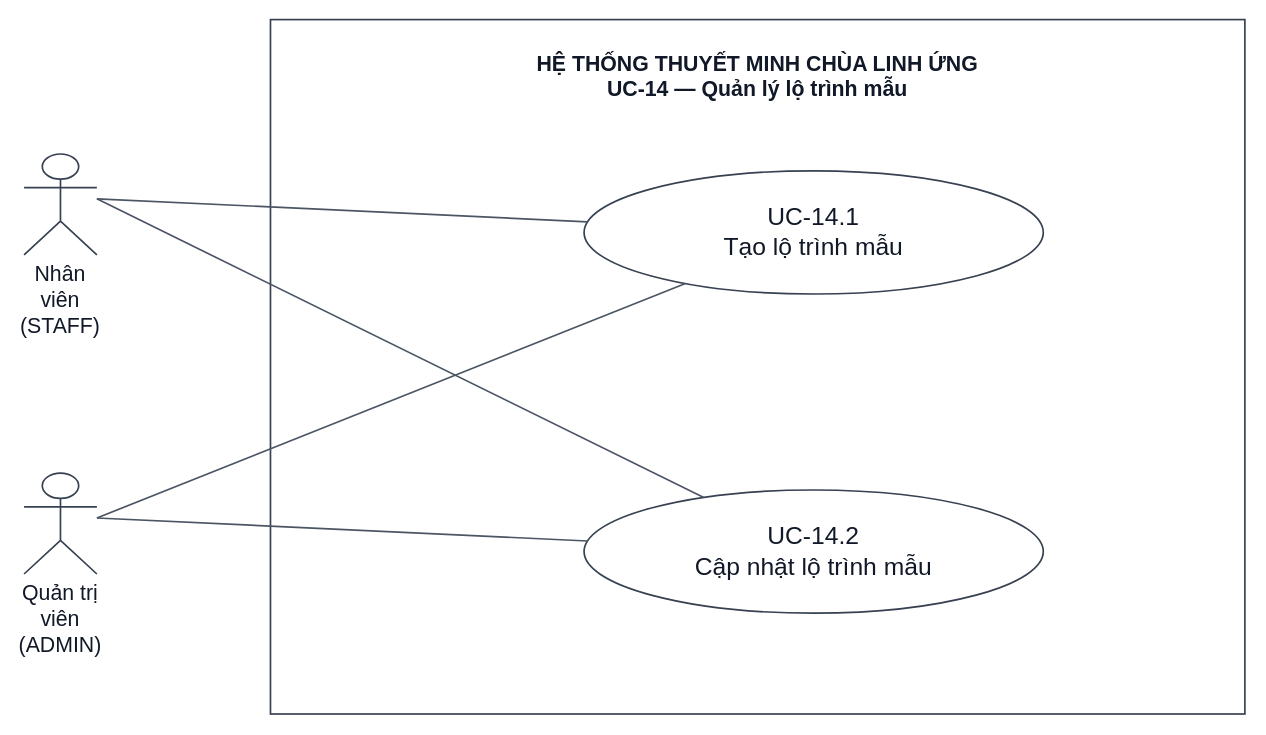
Kazuken123/prj_sgu26_cnpm keeps this draw.io diagram as docs/diagram/use case/UC-14_Use-Case.drawio. Above is the earlier version. Source tidied: cells renumbered, new cells numbered last; positions are measured from the earlier drawing's top-left corner, leaving out a move shared by most shapes. Both pictures are drawn from the tidied source at 112%, with x=0, y=0 at pixel (24, 19).
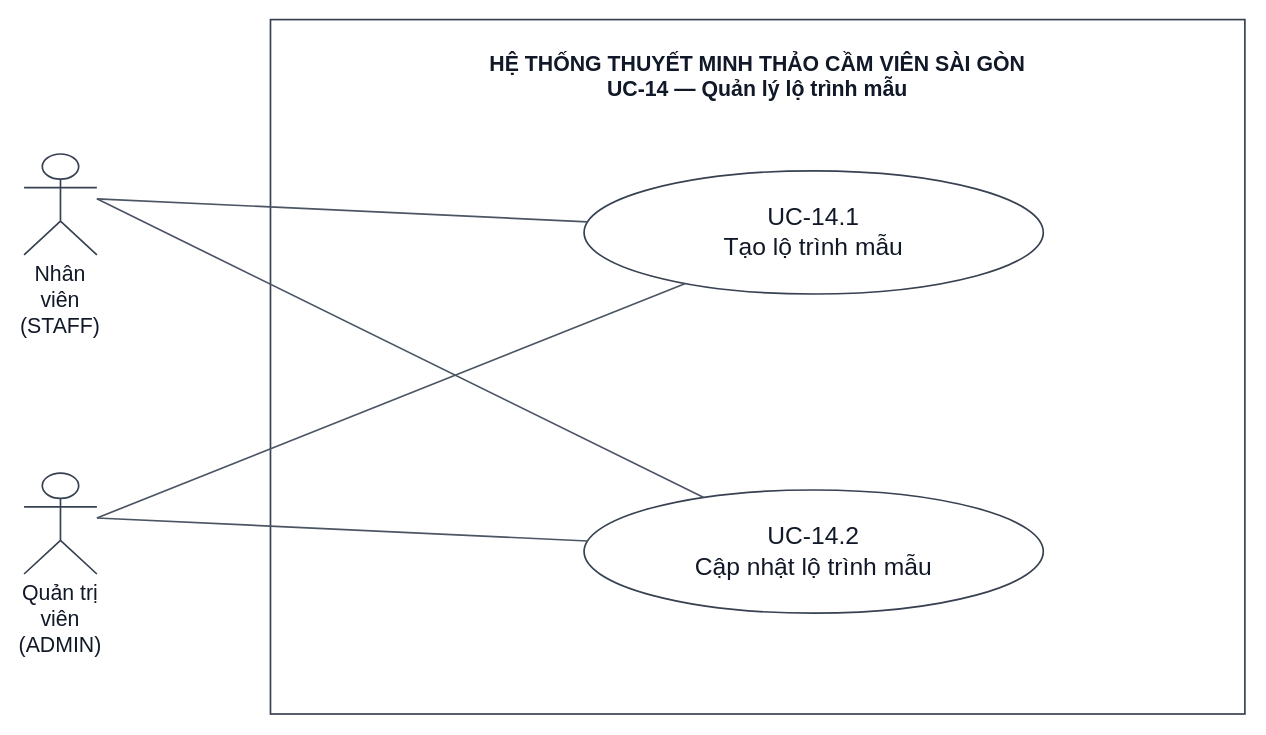
Above is the later version.

What changed in the source:
```diff
@@
 <mxGraphModel>
   <root>
     <mxCell id="0" />
     <mxCell id="1" parent="0" />
-    <mxCell id="2" value="HỆ THỐNG THUYẾT MINH CHÙA LINH ỨNG&lt;br&gt;UC-14 — Quản lý lộ trình mẫu" style="html=1;whiteSpace=wrap;fontFamily=Arial;fontSize=19;fontColor=#111827;strokeColor=#374151;fillColor=#FFFFFF;strokeWidth=1.5;rounded=0;verticalAlign=top;spacingTop=22;fontStyle=1;fillColor=none;" parent="1" vertex="1">
+    <mxCell id="2" value="HỆ THỐNG THUYẾT MINH THẢO CẦM VIÊN SÀI GÒN&lt;br&gt;UC-14 — Quản lý lộ trình mẫu" style="html=1;whiteSpace=wrap;fontFamily=Arial;fontSize=19;fontColor=#111827;strokeColor=#374151;fillColor=#FFFFFF;strokeWidth=1.5;rounded=0;verticalAlign=top;spacingTop=22;fontStyle=1;fillColor=none;" parent="1" vertex="1">
       <mxGeometry x="220" width="870" height="620" as="geometry" />
     </mxCell>
     <mxCell id="3" value="Nhân viên&lt;br&gt;(STAFF)" style="html=1;whiteSpace=wrap;fontFamily=Arial;fontSize=19;fontColor=#111827;strokeColor=#374151;fillColor=#FFFFFF;strokeWidth=1.5;shape=umlActor;verticalLabelPosition=bottom;verticalAlign=top;" parent="1" vertex="1">
       <mxGeometry y="120" width="65" height="90" as="geometry" />
     </mxCell>
     <mxCell id="4" value="Quản trị viên&lt;br&gt;(ADMIN)" style="html=1;whiteSpace=wrap;fontFamily=Arial;fontSize=19;fontColor=#111827;strokeColor=#374151;fillColor=#FFFFFF;strokeWidth=1.5;shape=umlActor;verticalLabelPosition=bottom;verticalAlign=top;" parent="1" vertex="1">
       <mxGeometry y="405" width="65" height="90" as="geometry" />
     </mxCell>
     <mxCell id="5" value="UC-14.1&lt;br&gt;Tạo lộ trình mẫu" style="html=1;whiteSpace=wrap;fontFamily=Arial;fontSize=22;fontColor=#111827;strokeColor=#374151;fillColor=#FFFFFF;strokeWidth=1.5;ellipse;" parent="1" vertex="1">
       <mxGeometry x="500" y="135" width="410" height="110" as="geometry" />
     </mxCell>
     <mxCell id="6" value="UC-14.2&lt;br&gt;Cập nhật lộ trình mẫu" style="html=1;whiteSpace=wrap;fontFamily=Arial;fontSize=22;fontColor=#111827;strokeColor=#374151;fillColor=#FFFFFF;strokeWidth=1.5;ellipse;" parent="1" vertex="1">
       <mxGeometry x="500" y="420" width="410" height="110" as="geometry" />
     </mxCell>
     <mxCell id="7" style="html=1;rounded=0;endArrow=none;endFill=1;strokeColor=#4B5563;strokeWidth=1.5;fontFamily=Arial;fontSize=17;exitX=1.0;exitY=0.4444444444444444;exitPerimeter=0;entryX=0.00746102574370769;entryY=0.4139456053501081;entryPerimeter=0;" parent="1" edge="1" source="3" target="5">
       <mxGeometry relative="1" as="geometry" />
     </mxCell>
     <mxCell id="8" style="html=1;rounded=0;endArrow=none;endFill=1;strokeColor=#4B5563;strokeWidth=1.5;fontFamily=Arial;fontSize=17;exitX=1.0;exitY=0.4444444444444444;exitPerimeter=0;entryX=0.2606930253645731;entryY=0.06098727593515088;entryPerimeter=0;" parent="1" edge="1" source="3" target="6">
       <mxGeometry relative="1" as="geometry" />
     </mxCell>
     <mxCell id="9" style="html=1;rounded=0;endArrow=none;endFill=1;strokeColor=#4B5563;strokeWidth=1.5;fontFamily=Arial;fontSize=17;exitX=1.0;exitY=0.4444444444444444;exitPerimeter=0;entryX=0.22073044365190084;entryY=0.9147390925595702;entryPerimeter=0;" parent="1" edge="1" source="4" target="5">
       <mxGeometry relative="1" as="geometry" />
     </mxCell>
     <mxCell id="10" style="html=1;rounded=0;endArrow=none;endFill=1;strokeColor=#4B5563;strokeWidth=1.5;fontFamily=Arial;fontSize=17;exitX=1.0;exitY=0.4444444444444444;exitPerimeter=0;entryX=0.00746102574370769;entryY=0.4139456053501078;entryPerimeter=0;" parent="1" edge="1" source="4" target="6">
       <mxGeometry relative="1" as="geometry" />
     </mxCell>
   </root>
 </mxGraphModel>
```
